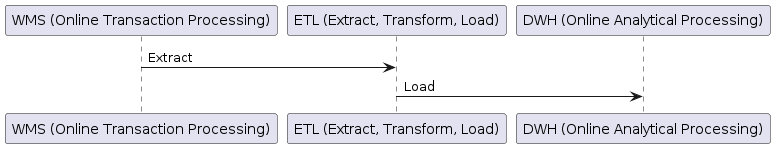
Before: diagrams/oltp_to_olap.png, a diagram exported from PlantUML (blro-ep/ITCNE23-SEM-III).
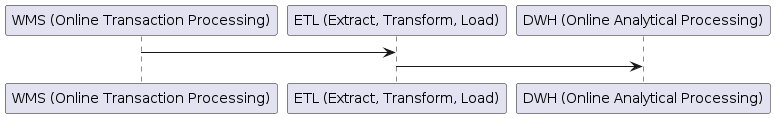
The same diagram one commit later.

What changed in the source:
```diff
@@ -3,6 +3,6 @@
 participant "ETL (Extract, Transform, Load)" as ETL
 participant "DWH (Online Analytical Processing)" as DWH
 
-WMS -> ETL: Extract
-ETL -> DWH: Load
+WMS -> ETL:
+ETL -> DWH:
 @enduml
```
